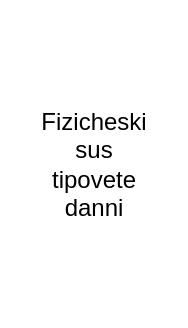
Above: Физически модел.drawio in ThEMueA/dataModeling (draw.io), before the change. Source tidied: cells renumbered, new cells numbered last; positions are measured from the earlier drawing's top-left corner, leaving out a move shared by most shapes. Both pictures are drawn from the tidied source at 200%, with x=0, y=0 at pixel (34, 134).
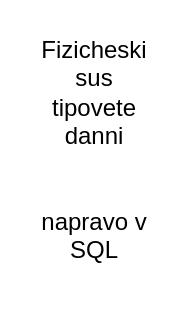
The same page after the edit.

The edit, as a diff of the source:
```diff
@@
 <mxGraphModel>
   <root>
     <mxCell id="0" />
     <mxCell id="1" parent="0" />
-    <mxCell id="2" value="Fizicheski sus tipovete danni" style="text;html=1;whiteSpace=wrap;strokeColor=none;fillColor=none;align=center;verticalAlign=middle;rounded=0;" parent="1" vertex="1">
+    <mxCell id="2" value="Fizicheski sus tipovete danni&lt;div&gt;&lt;br&gt;&lt;/div&gt;&lt;div&gt;&lt;br&gt;&lt;/div&gt;&lt;div&gt;napravo v SQL&lt;/div&gt;&lt;div&gt;&lt;br&gt;&lt;/div&gt;" style="text;html=1;whiteSpace=wrap;strokeColor=none;fillColor=none;align=center;verticalAlign=middle;rounded=0;" parent="1" vertex="1">
       <mxGeometry width="60" height="30" as="geometry" />
     </mxCell>
   </root>
 </mxGraphModel>
```
